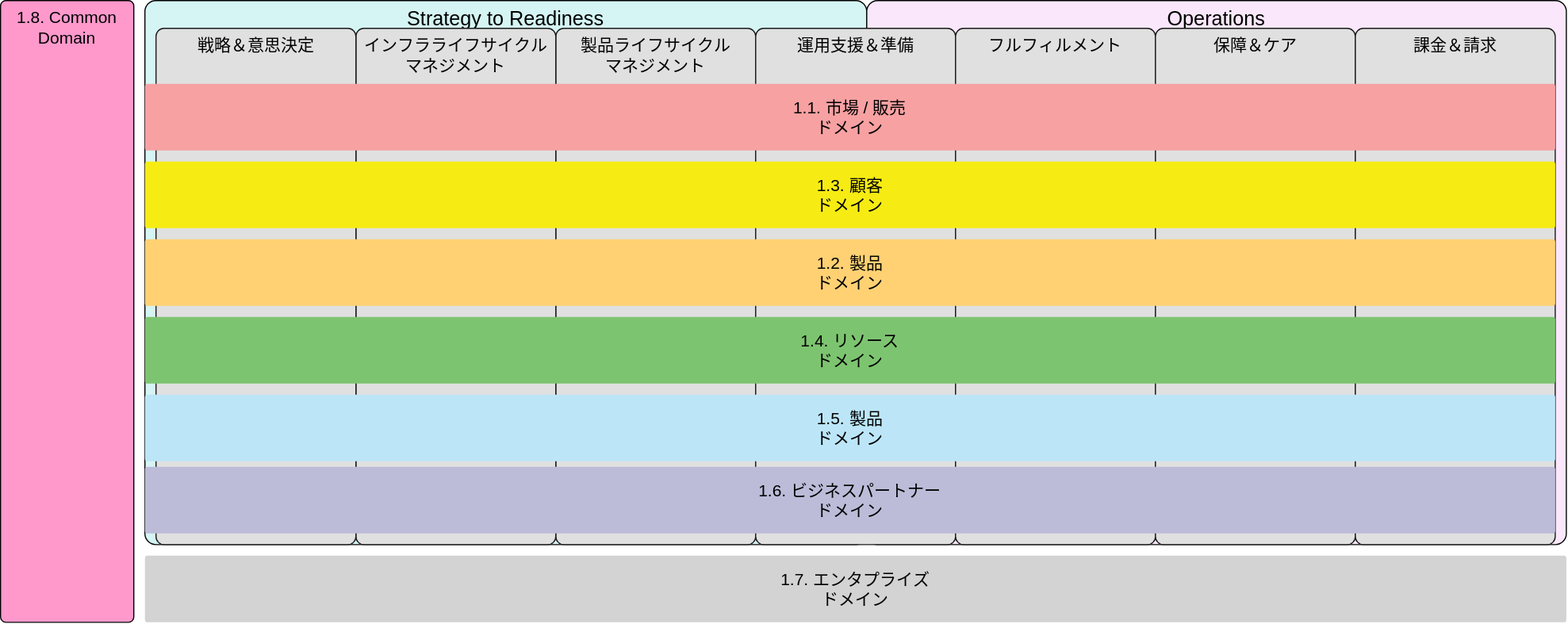
This is src/assets/eTOM_Overview.drawio.svg from nojaja/FrameworxDiagramViewer, a draw.io export, as it was before one commit. Source tidied: cells renumbered, new cells last; positions are measured from the earlier drawing's top-left corner, leaving out a move shared by most shapes.
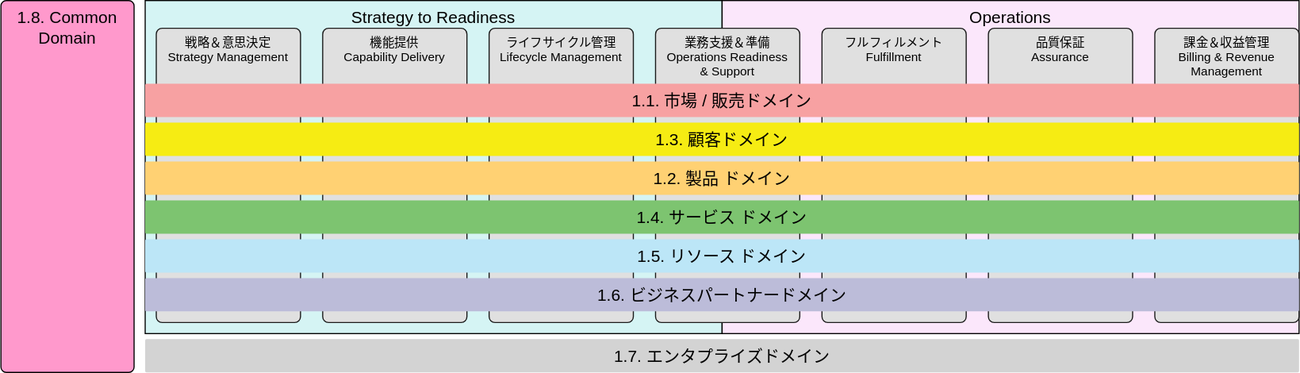
The same file after the commit.

The edit, as a diff of the source:
```diff
@@ -3,55 +3,55 @@
     <mxCell id="0" />
     <mxCell id="1" parent="0" />
     <mxCell id="2" value="&lt;font color=&quot;#000000&quot; style=&quot;font-size: 15px&quot;&gt;1.8. Common &lt;br&gt;Domain&lt;/font&gt;" style="rounded=1;whiteSpace=wrap;html=1;arcSize=4;verticalAlign=top;fillColor=#FF99CC;fontSize=15;" parent="1" vertex="1">
-      <mxGeometry width="120" height="560" as="geometry" />
+      <mxGeometry width="120" height="335" as="geometry" />
     </mxCell>
-    <mxCell id="3" value="&lt;font color=&quot;#000000&quot; style=&quot;font-size: 18px;&quot;&gt;Strategy to Readiness&lt;/font&gt;" style="rounded=1;whiteSpace=wrap;html=1;arcSize=2;verticalAlign=top;fontSize=18;fillColor=#D5F4F4;" parent="1" vertex="1">
-      <mxGeometry x="130" width="650" height="490" as="geometry" />
+    <mxCell id="3" value="&lt;font color=&quot;#000000&quot; style=&quot;font-size: 15px;&quot;&gt;Strategy to Readiness&lt;/font&gt;" style="rounded=1;whiteSpace=wrap;html=1;arcSize=0;verticalAlign=top;fontSize=15;fillColor=#D5F4F4;" parent="1" vertex="1">
+      <mxGeometry x="130" width="520" height="300" as="geometry" />
     </mxCell>
-    <mxCell id="4" value="&lt;font color=&quot;#000000&quot; style=&quot;font-size: 18px;&quot;&gt;Operations&lt;/font&gt;" style="rounded=1;whiteSpace=wrap;html=1;arcSize=2;fontSize=18;verticalAlign=top;fillColor=#FBE7FB;" parent="1" vertex="1">
-      <mxGeometry x="780" width="630" height="490" as="geometry" />
+    <mxCell id="4" value="&lt;font color=&quot;#000000&quot; style=&quot;font-size: 15px;&quot;&gt;Operations&lt;/font&gt;" style="rounded=1;whiteSpace=wrap;html=1;arcSize=0;fontSize=15;verticalAlign=top;fillColor=#FBE7FB;" parent="1" vertex="1">
+      <mxGeometry x="650" width="520" height="300" as="geometry" />
     </mxCell>
-    <mxCell id="5" value="製品ライフサイクル&lt;br&gt;マネジメント" style="rounded=1;whiteSpace=wrap;html=1;arcSize=4;verticalAlign=top;fontSize=15;fillColor=#E0E0E0;fontColor=#000000;strokeColor=#1A1A1A;" parent="1" vertex="1">
-      <mxGeometry x="500" y="25" width="180" height="465" as="geometry" />
+    <mxCell id="5" value="&lt;div&gt;ライフサイクル管理&lt;/div&gt;&lt;div&gt;&lt;div&gt;Lifecycle Management&lt;/div&gt;&lt;/div&gt;" style="rounded=1;whiteSpace=wrap;html=1;arcSize=4;verticalAlign=top;fontSize=11;fillColor=#E0E0E0;fontColor=#000000;strokeColor=#1A1A1A;" parent="1" vertex="1">
+      <mxGeometry x="440" y="25" width="130" height="265" as="geometry" />
     </mxCell>
-    <mxCell id="6" value="運用支援＆準備" style="rounded=1;whiteSpace=wrap;html=1;arcSize=4;verticalAlign=top;fontSize=15;fillColor=#E0E0E0;fontColor=#000000;strokeColor=#1A1A1A;" parent="1" vertex="1">
-      <mxGeometry x="680" y="25" width="180" height="465" as="geometry" />
+    <mxCell id="6" value="&lt;div&gt;業務支援＆準備&lt;/div&gt;&lt;div&gt;&lt;div&gt;Operations Readiness&amp;nbsp;&lt;/div&gt;&lt;div&gt;&amp;amp; Support&lt;/div&gt;&lt;/div&gt;" style="rounded=1;whiteSpace=wrap;html=1;arcSize=4;verticalAlign=top;fontSize=11;fillColor=#E0E0E0;fontColor=#000000;strokeColor=#1A1A1A;" parent="1" vertex="1">
+      <mxGeometry x="590" y="25" width="130" height="265" as="geometry" />
     </mxCell>
-    <mxCell id="7" value="フルフィルメント" style="rounded=1;whiteSpace=wrap;html=1;arcSize=4;verticalAlign=top;fontSize=15;fillColor=#E0E0E0;fontColor=#000000;strokeColor=#1A1A1A;" parent="1" vertex="1">
-      <mxGeometry x="860" y="25" width="180" height="465" as="geometry" />
+    <mxCell id="7" value="フルフィルメント&lt;br&gt;Fulfillment" style="rounded=1;whiteSpace=wrap;html=1;arcSize=4;verticalAlign=top;fontSize=11;fillColor=#E0E0E0;fontColor=#000000;strokeColor=#1A1A1A;" parent="1" vertex="1">
+      <mxGeometry x="740" y="25" width="130" height="265" as="geometry" />
     </mxCell>
-    <mxCell id="8" value="保障＆ケア" style="rounded=1;whiteSpace=wrap;html=1;arcSize=4;verticalAlign=top;fontSize=15;fillColor=#E0E0E0;fontColor=#000000;strokeColor=#1A1A1A;" parent="1" vertex="1">
-      <mxGeometry x="1040" y="25" width="180" height="465" as="geometry" />
+    <mxCell id="8" value="&lt;div&gt;品質保証&lt;/div&gt;&lt;div&gt;Assurance&lt;br&gt;&lt;/div&gt;" style="rounded=1;whiteSpace=wrap;html=1;arcSize=4;verticalAlign=top;fontSize=11;fillColor=#E0E0E0;fontColor=#000000;strokeColor=#1A1A1A;" parent="1" vertex="1">
+      <mxGeometry x="890" y="25" width="130" height="265" as="geometry" />
     </mxCell>
-    <mxCell id="9" value="課金＆請求" style="rounded=1;whiteSpace=wrap;html=1;arcSize=4;verticalAlign=top;fontSize=15;fillColor=#E0E0E0;fontColor=#000000;strokeColor=#1A1A1A;" parent="1" vertex="1">
-      <mxGeometry x="1220" y="25" width="180" height="465" as="geometry" />
+    <mxCell id="9" value="課金＆収益管理&lt;br&gt;Billing &amp;amp; Revenue Management" style="rounded=1;whiteSpace=wrap;html=1;arcSize=4;verticalAlign=top;fontSize=11;fillColor=#E0E0E0;fontColor=#000000;strokeColor=#1A1A1A;" parent="1" vertex="1">
+      <mxGeometry x="1040" y="25" width="130" height="265" as="geometry" />
     </mxCell>
-    <mxCell id="10" value="1.7. エンタプライズ&lt;br&gt;ドメイン" style="rounded=1;whiteSpace=wrap;html=1;arcSize=4;verticalAlign=middle;fontSize=15;fontColor=#000000;strokeColor=none;fillColor=#D3D3D3;" parent="1" vertex="1">
-      <mxGeometry x="130" y="500" width="1280" height="60" as="geometry" />
+    <mxCell id="10" value="1.7. エンタプライズドメイン" style="rounded=1;whiteSpace=wrap;html=1;arcSize=4;verticalAlign=middle;fontSize=15;fontColor=#000000;strokeColor=none;fillColor=#D3D3D3;" parent="1" vertex="1">
+      <mxGeometry x="130" y="305" width="1040" height="30" as="geometry" />
     </mxCell>
-    <mxCell id="11" value="インフラライフサイクル&lt;br&gt;マネジメント" style="rounded=1;whiteSpace=wrap;html=1;arcSize=4;verticalAlign=top;fontSize=15;fillColor=#E0E0E0;fontColor=#000000;strokeColor=#1A1A1A;" parent="1" vertex="1">
-      <mxGeometry x="320" y="25" width="180" height="465" as="geometry" />
+    <mxCell id="11" value="機能提供&lt;br&gt;&lt;div&gt;Capability Delivery&lt;/div&gt;" style="rounded=1;whiteSpace=wrap;html=1;arcSize=4;verticalAlign=top;fontSize=11;fillColor=#E0E0E0;fontColor=#000000;strokeColor=#1A1A1A;" parent="1" vertex="1">
+      <mxGeometry x="290" y="25" width="130" height="265" as="geometry" />
     </mxCell>
-    <mxCell id="12" value="戦略＆意思決定" style="rounded=1;whiteSpace=wrap;html=1;arcSize=4;verticalAlign=top;fontSize=15;fillColor=#E0E0E0;fontColor=#000000;strokeColor=#1A1A1A;" parent="1" vertex="1">
-      <mxGeometry x="140" y="25" width="180" height="465" as="geometry" />
+    <mxCell id="12" value="戦略＆意思決定&lt;br&gt;&lt;div&gt;Strategy Management&lt;/div&gt;" style="rounded=1;whiteSpace=wrap;html=1;arcSize=4;verticalAlign=top;fontSize=11;fillColor=#E0E0E0;fontColor=#000000;strokeColor=#1A1A1A;" parent="1" vertex="1">
+      <mxGeometry x="140" y="25" width="130" height="265" as="geometry" />
     </mxCell>
-    <mxCell id="13" value="1.1. 市場 / 販売&lt;br&gt;ドメイン" style="rounded=1;whiteSpace=wrap;html=1;arcSize=4;verticalAlign=middle;fontSize=15;fontColor=#000000;strokeColor=none;fillColor=#F7A1A2;" parent="1" vertex="1">
-      <mxGeometry x="130" y="75" width="1270" height="60" as="geometry" />
-    </mxCell>
-    <mxCell id="14" value="1.3. 顧客&lt;br&gt;ドメイン" style="rounded=1;whiteSpace=wrap;html=1;arcSize=4;verticalAlign=middle;fontSize=15;fontColor=#000000;strokeColor=none;fillColor=#F6EC13;" parent="1" vertex="1">
-      <mxGeometry x="130" y="145" width="1270" height="60" as="geometry" />
-    </mxCell>
+    <mxCell id="19" value="1.1. 市場 / 販売ドメイン" style="rounded=1;whiteSpace=wrap;html=1;arcSize=4;verticalAlign=middle;fontSize=15;fontColor=#000000;strokeColor=none;fillColor=#F7A1A2;" parent="1" vertex="1">
+      <mxGeometry x="130" y="75" width="1040" height="30" as="geometry" />
+    </mxCell>
+    <mxCell id="20" value="1.3. 顧客ドメイン" style="rounded=1;whiteSpace=wrap;html=1;arcSize=4;verticalAlign=middle;fontSize=15;fontColor=#000000;strokeColor=none;fillColor=#F6EC13;" parent="1" vertex="1">
+      <mxGeometry x="130" y="110" width="1040" height="30" as="geometry" />
+    </mxCell>
-    <mxCell id="15" value="1.2. 製品&lt;br&gt;&lt;span style=&quot;color: rgba(0 , 0 , 0 , 0) ; font-family: monospace ; font-size: 0px&quot;&gt;%3CmxGraphModel%3E%3Croot%3E%3CmxCell%20id%3D%220%22%2F%3E%3CmxCell%20id%3D%221%22%20parent%3D%220%22%2F%3E%3CmxCell%20id%3D%222%22%20value%3D%22%E9%A1%A7%E5%AE%A2%26lt%3Bbr%26gt%3B%E3%83%89%E3%83%A1%E3%82%A4%E3%83%B3%22%20style%3D%22rounded%3D1%3BwhiteSpace%3Dwrap%3Bhtml%3D1%3BarcSize%3D4%3BverticalAlign%3Dmiddle%3BfontSize%3D15%3BfontColor%3D%23000000%3BstrokeColor%3Dnone%3BfillColor%3D%23F7A1A2%3B%22%20vertex%3D%221%22%20parent%3D%221%22%3E%3CmxGeometry%20x%3D%22130%22%20y%3D%22170%22%20width%3D%221030%22%20height%3D%2260%22%20as%3D%22geometry%22%2F%3E%3C%2FmxCell%3E%3C%2Froot%3E%3C%2FmxGraphModel%3E&lt;/span&gt;ドメイン" style="rounded=1;whiteSpace=wrap;html=1;arcSize=4;verticalAlign=middle;fontSize=15;fontColor=#000000;strokeColor=none;fillColor=#FFD173;" parent="1" vertex="1">
-      <mxGeometry x="130" y="215" width="1270" height="60" as="geometry" />
+    <mxCell id="15" value="1.2. 製品&lt;span style=&quot;color: rgba(0 , 0 , 0 , 0) ; font-family: monospace ; font-size: 0px&quot;&gt;%3CmxGraphModel%3E%3Croot%3E%3CmxCell%20id%3D%220%22%2F%3E%3CmxCell%20id%3D%221%22%20parent%3D%220%22%2F%3E%3CmxCell%20id%3D%222%22%20value%3D%22%E9%A1%A7%E5%AE%A2%26lt%3Bbr%26gt%3B%E3%83%89%E3%83%A1%E3%82%A4%E3%83%B3%22%20style%3D%22rounded%3D1%3BwhiteSpace%3Dwrap%3Bhtml%3D1%3BarcSize%3D4%3BverticalAlign%3Dmiddle%3BfontSize%3D15%3BfontColor%3D%23000000%3BstrokeColor%3Dnone%3BfillColor%3D%23F7A1A2%3B%22%20vertex%3D%221%22%20parent%3D%221%22%3E%3CmxGeometry%20x%3D%22130%22%20y%3D%22170%22%20width%3D%221030%22%20height%3D%2260%22%20as%3D%22geometry%22%2F%3E%3C%2FmxCell%3E%3C%2Froot%3E%3C%2FmxGraphModel%3E&lt;/span&gt;ドメイン" style="rounded=1;whiteSpace=wrap;html=1;arcSize=4;verticalAlign=middle;fontSize=15;fontColor=#000000;strokeColor=none;fillColor=#FFD173;" parent="1" vertex="1">
+      <mxGeometry x="130" y="145" width="1040" height="30" as="geometry" />
     </mxCell>
-    <mxCell id="16" value="1.4. リソース&lt;br&gt;&lt;span style=&quot;color: rgba(0 , 0 , 0 , 0) ; font-family: monospace ; font-size: 0px&quot;&gt;%3CmxGraphModel%3E%3Croot%3E%3CmxCell%20id%3D%220%22%2F%3E%3CmxCell%20id%3D%221%22%20parent%3D%220%22%2F%3E%3CmxCell%20id%3D%222%22%20value%3D%22%E9%A1%A7%E5%AE%A2%26lt%3Bbr%26gt%3B%E3%83%89%E3%83%A1%E3%82%A4%E3%83%B3%22%20style%3D%22rounded%3D1%3BwhiteSpace%3Dwrap%3Bhtml%3D1%3BarcSize%3D4%3BverticalAlign%3Dmiddle%3BfontSize%3D15%3BfontColor%3D%23000000%3BstrokeColor%3Dnone%3BfillColor%3D%23F7A1A2%3B%22%20vertex%3D%221%22%20parent%3D%221%22%3E%3CmxGeometry%20x%3D%22130%22%20y%3D%22170%22%20width%3D%221030%22%20height%3D%2260%22%20as%3D%22geometry%22%2F%3E%3C%2FmxCell%3E%3C%2Froot%3E%3C%2FmxGraphModel%3E&lt;/span&gt;ドメイン" style="rounded=1;whiteSpace=wrap;html=1;arcSize=4;verticalAlign=middle;fontSize=15;fontColor=#000000;strokeColor=none;fillColor=#7DC470;" parent="1" vertex="1">
-      <mxGeometry x="130" y="285" width="1270" height="60" as="geometry" />
-    </mxCell>
-    <mxCell id="17" value="1.5. 製品&lt;br&gt;&lt;span style=&quot;color: rgba(0 , 0 , 0 , 0) ; font-family: monospace ; font-size: 0px&quot;&gt;%3CmxGraphModel%3E%3Croot%3E%3CmxCell%20id%3D%220%22%2F%3E%3CmxCell%20id%3D%221%22%20parent%3D%220%22%2F%3E%3CmxCell%20id%3D%222%22%20value%3D%22%E9%A1%A7%E5%AE%A2%26lt%3Bbr%26gt%3B%E3%83%89%E3%83%A1%E3%82%A4%E3%83%B3%22%20style%3D%22rounded%3D1%3BwhiteSpace%3Dwrap%3Bhtml%3D1%3BarcSize%3D4%3BverticalAlign%3Dmiddle%3BfontSize%3D15%3BfontColor%3D%23000000%3BstrokeColor%3Dnone%3BfillColor%3D%23F7A1A2%3B%22%20vertex%3D%221%22%20parent%3D%221%22%3E%3CmxGeometry%20x%3D%22130%22%20y%3D%22170%22%20width%3D%221030%22%20height%3D%2260%22%20as%3D%22geometry%22%2F%3E%3C%2FmxCell%3E%3C%2Froot%3E%3C%2FmxGraphModel%3E&lt;/span&gt;ドメイン" style="rounded=1;whiteSpace=wrap;html=1;arcSize=4;verticalAlign=middle;fontSize=15;fontColor=#000000;strokeColor=none;fillColor=#BCE6F7;" parent="1" vertex="1">
-      <mxGeometry x="130" y="355" width="1270" height="60" as="geometry" />
-    </mxCell>
-    <mxCell id="18" value="1.6. ビジネスパートナー&lt;br&gt;ドメイン" style="rounded=1;whiteSpace=wrap;html=1;arcSize=4;verticalAlign=middle;fontSize=15;fontColor=#000000;strokeColor=none;fillColor=#BCBCD9;" parent="1" vertex="1">
-      <mxGeometry x="130" y="420" width="1270" height="60" as="geometry" />
-    </mxCell>
+    <mxCell id="21" value="1.4. サービス&lt;span style=&quot;color: rgba(0 , 0 , 0 , 0) ; font-family: monospace ; font-size: 0px&quot;&gt;%3CmxGraphModel%3E%3Croot%3E%3CmxCell%20id%3D%220%22%2F%3E%3CmxCell%20id%3D%221%22%20parent%3D%220%22%2F%3E%3CmxCell%20id%3D%222%22%20value%3D%22%E9%A1%A7%E5%AE%A2%26lt%3Bbr%26gt%3B%E3%83%89%E3%83%A1%E3%82%A4%E3%83%B3%22%20style%3D%22rounded%3D1%3BwhiteSpace%3Dwrap%3Bhtml%3D1%3BarcSize%3D4%3BverticalAlign%3Dmiddle%3BfontSize%3D15%3BfontColor%3D%23000000%3BstrokeColor%3Dnone%3BfillColor%3D%23F7A1A2%3B%22%20vertex%3D%221%22%20parent%3D%221%22%3E%3CmxGeometry%20x%3D%22130%22%20y%3D%22170%22%20width%3D%221030%22%20height%3D%2260%22%20as%3D%22geometry%22%2F%3E%3C%2FmxCell%3E%3C%2Froot%3E%3C%2FmxGraphModel%3E&lt;/span&gt;ドメイン" style="rounded=1;whiteSpace=wrap;html=1;arcSize=4;verticalAlign=middle;fontSize=15;fontColor=#000000;strokeColor=none;fillColor=#7DC470;" parent="1" vertex="1">
+      <mxGeometry x="130" y="180" width="1040" height="30" as="geometry" />
+    </mxCell>
+    <mxCell id="22" value="1.5. リソース&lt;span style=&quot;color: rgba(0 , 0 , 0 , 0) ; font-family: monospace ; font-size: 0px&quot;&gt;%3CmxGraphModel%3E%3Croot%3E%3CmxCell%20id%3D%220%22%2F%3E%3CmxCell%20id%3D%221%22%20parent%3D%220%22%2F%3E%3CmxCell%20id%3D%222%22%20value%3D%22%E9%A1%A7%E5%AE%A2%26lt%3Bbr%26gt%3B%E3%83%89%E3%83%A1%E3%82%A4%E3%83%B3%22%20style%3D%22rounded%3D1%3BwhiteSpace%3Dwrap%3Bhtml%3D1%3BarcSize%3D4%3BverticalAlign%3Dmiddle%3BfontSize%3D15%3BfontColor%3D%23000000%3BstrokeColor%3Dnone%3BfillColor%3D%23F7A1A2%3B%22%20vertex%3D%221%22%20parent%3D%221%22%3E%3CmxGeometry%20x%3D%22130%22%20y%3D%22170%22%20width%3D%221030%22%20height%3D%2260%22%20as%3D%22geometry%22%2F%3E%3C%2FmxCell%3E%3C%2Froot%3E%3C%2FmxGraphModel%3E&lt;/span&gt;ドメイン" style="rounded=1;whiteSpace=wrap;html=1;arcSize=4;verticalAlign=middle;fontSize=15;fontColor=#000000;strokeColor=none;fillColor=#BCE6F7;" parent="1" vertex="1">
+      <mxGeometry x="130" y="215" width="1040" height="30" as="geometry" />
+    </mxCell>
+    <mxCell id="23" value="1.6. ビジネスパートナードメイン" style="rounded=1;whiteSpace=wrap;html=1;arcSize=4;verticalAlign=middle;fontSize=15;fontColor=#000000;strokeColor=none;fillColor=#BCBCD9;" parent="1" vertex="1">
+      <mxGeometry x="130" y="250" width="1040" height="30" as="geometry" />
+    </mxCell>
   </root>
 </mxGraphModel>
```
